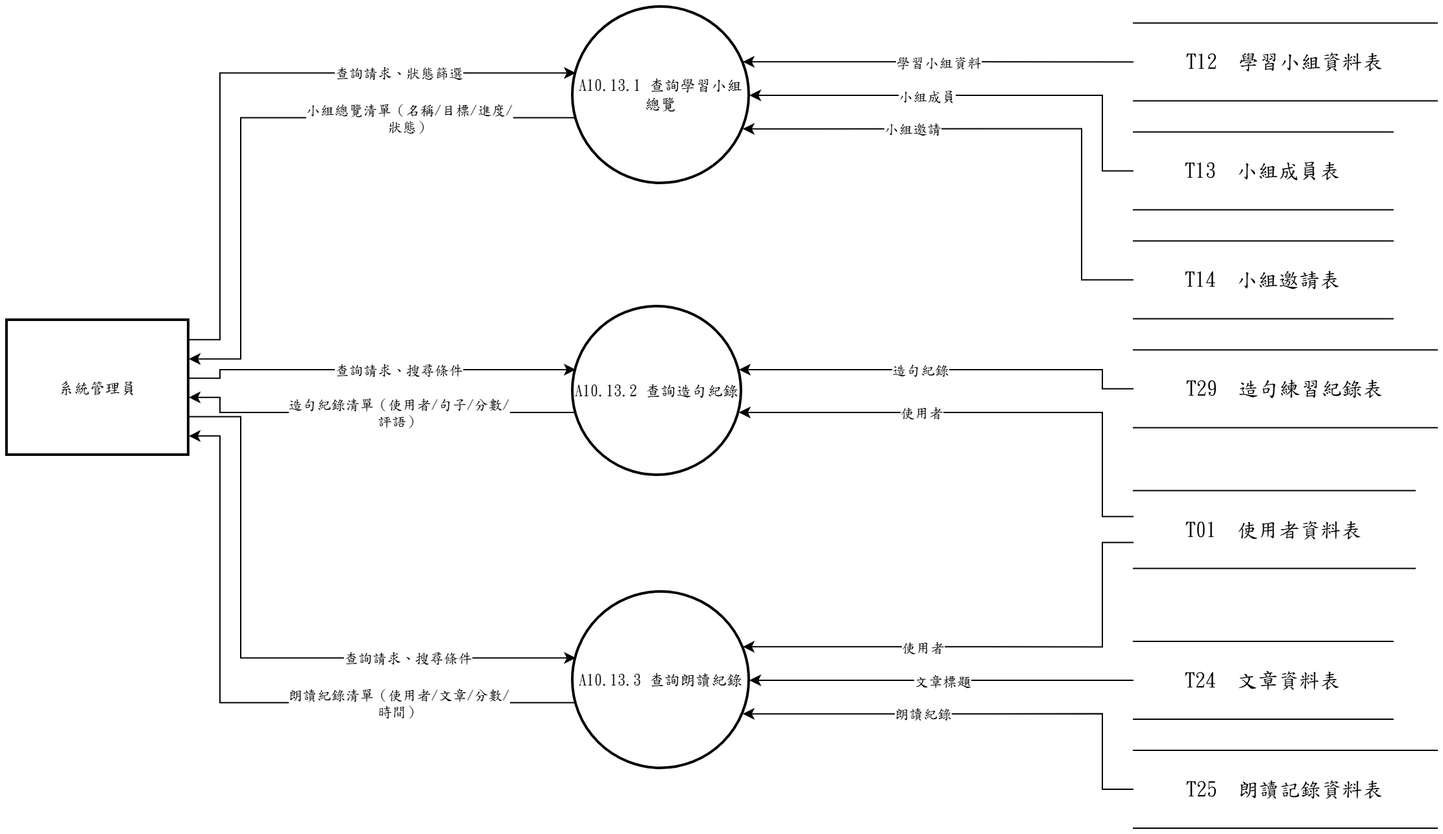
Earlier version of the draw.io export 系統文件/第6章/DFD圖/圖10/新/圖10.13.drawio.png (s22452007/115502). Source tidied: cells renumbered, new cells last; positions are measured from the earlier drawing's top-left corner, leaving out a move shared by most shapes.
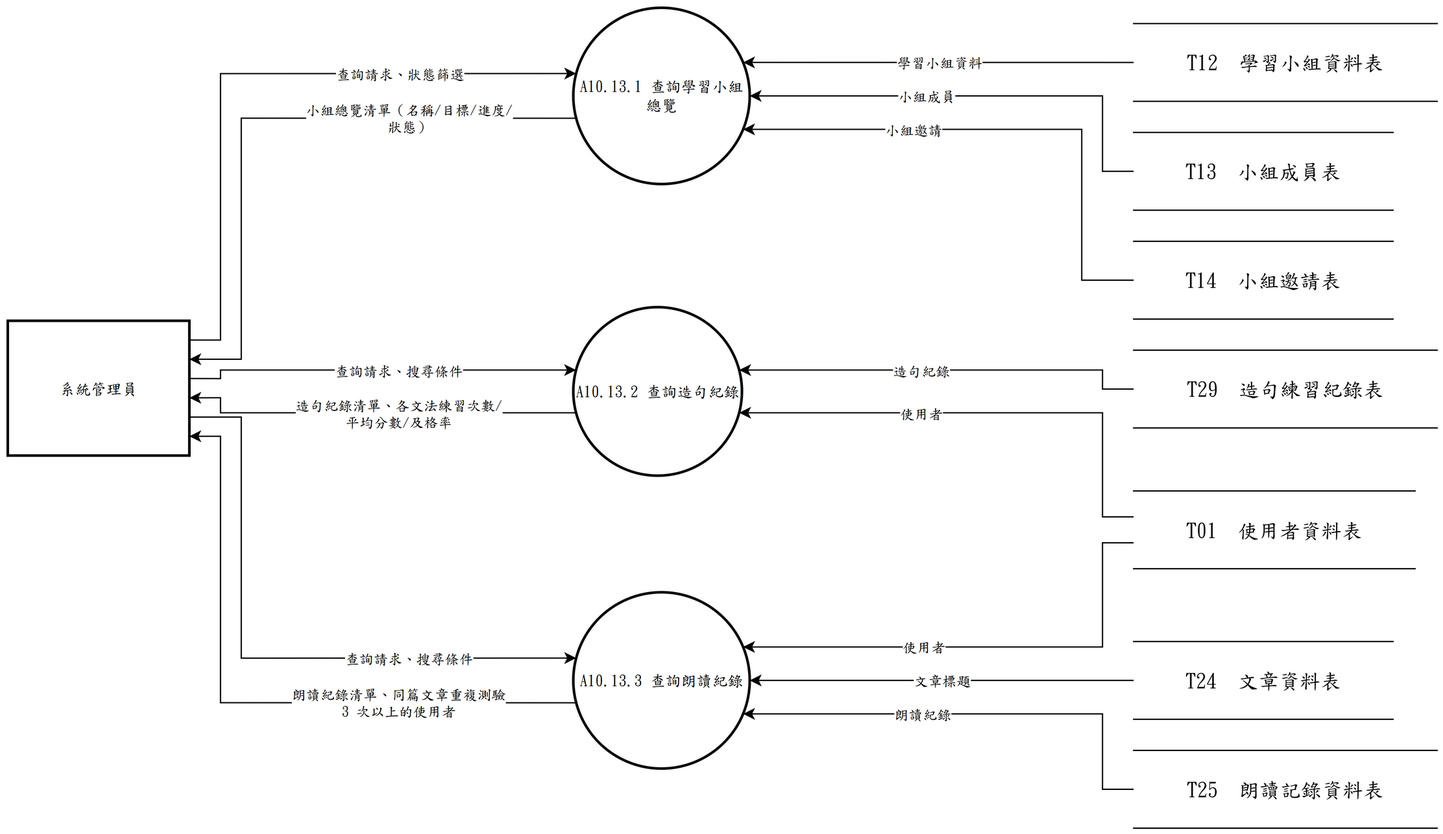
After the change.

What changed in the source:
```diff
@@ -126,7 +126,7 @@
         </Array>
       </mxGeometry>
     </mxCell>
-    <mxCell id="30" value="造句紀錄清單（使用者/句子/分數/&lt;br&gt;評語）" style="edgeLabel;html=1;align=center;verticalAlign=middle;fontFamily=標楷體;" parent="29" vertex="1">
+    <mxCell id="30" value="造句紀錄清單、各文法練習次數/&lt;br&gt;平均分數/及格率" style="edgeLabel;html=1;align=center;verticalAlign=middle;fontFamily=標楷體;" parent="29" vertex="1">
       <mxGeometry x="-0.12" relative="1" as="geometry" />
     </mxCell>
     <mxCell id="31" style="edgeStyle=none;rounded=0;html=1;fontFamily=標楷體;endArrow=classic;exitX=1.0000;exitY=0.7143;exitDx=0;exitDy=0;exitPerimeter=0;entryX=0.0163;entryY=0.3733;entryDx=0;entryDy=0;entryPerimeter=0;" parent="1" edge="1" source="5" target="4">
@@ -176,7 +176,7 @@
         </Array>
       </mxGeometry>
     </mxCell>
-    <mxCell id="40" value="朗讀紀錄清單（使用者/文章/分數/&lt;br&gt;時間）" style="edgeLabel;html=1;align=center;verticalAlign=middle;fontFamily=標楷體;" parent="39" vertex="1">
+    <mxCell id="40" value="朗讀紀錄清單、同篇文章重複測驗&lt;br&gt;3 次以上的使用者" style="edgeLabel;html=1;align=center;verticalAlign=middle;fontFamily=標楷體;" parent="39" vertex="1">
       <mxGeometry x="-0.46" relative="1" as="geometry" />
     </mxCell>
   </root>
```
